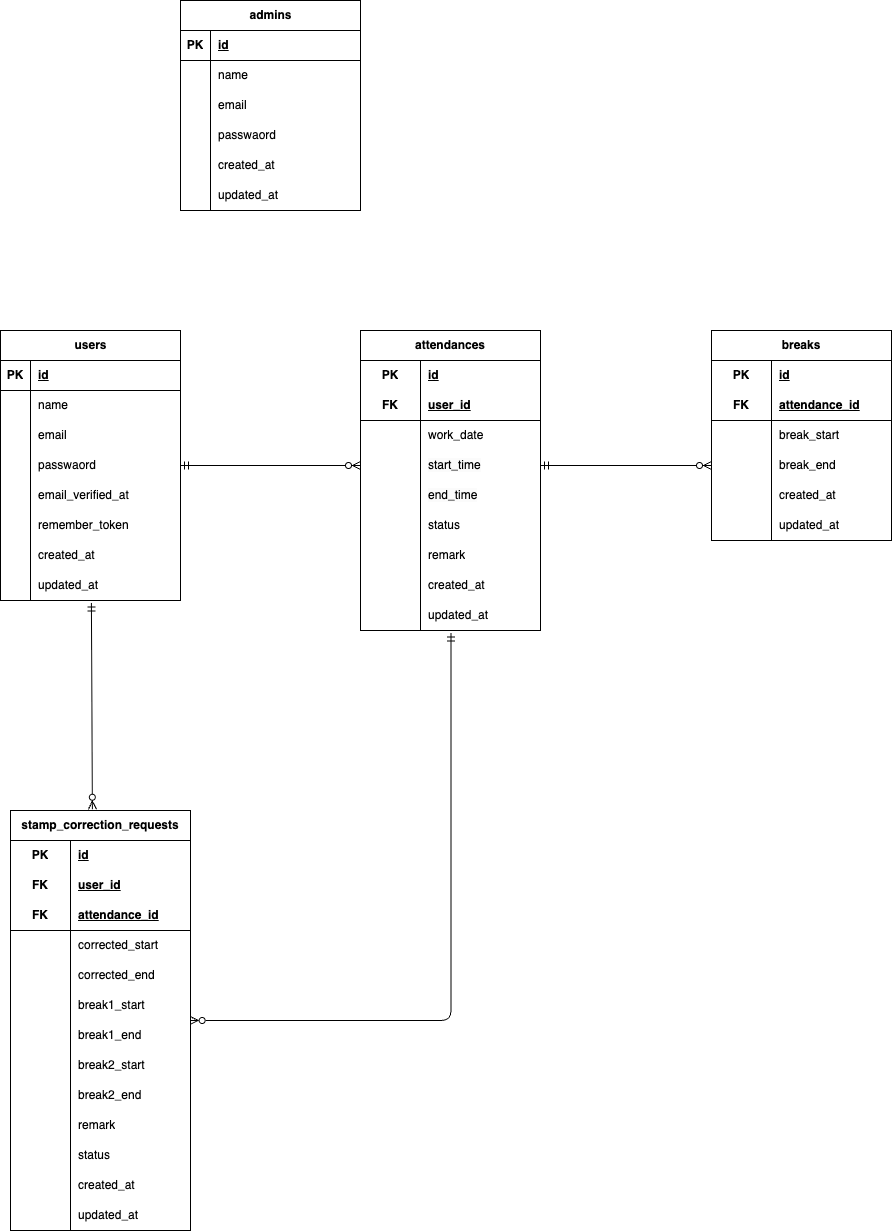
Before: ERD.png, a diagram exported from draw.io (satomayuko/kintai-app). Source tidied: cells renumbered, new cells last; positions are measured from the earlier drawing's top-left corner, leaving out a move shared by most shapes.
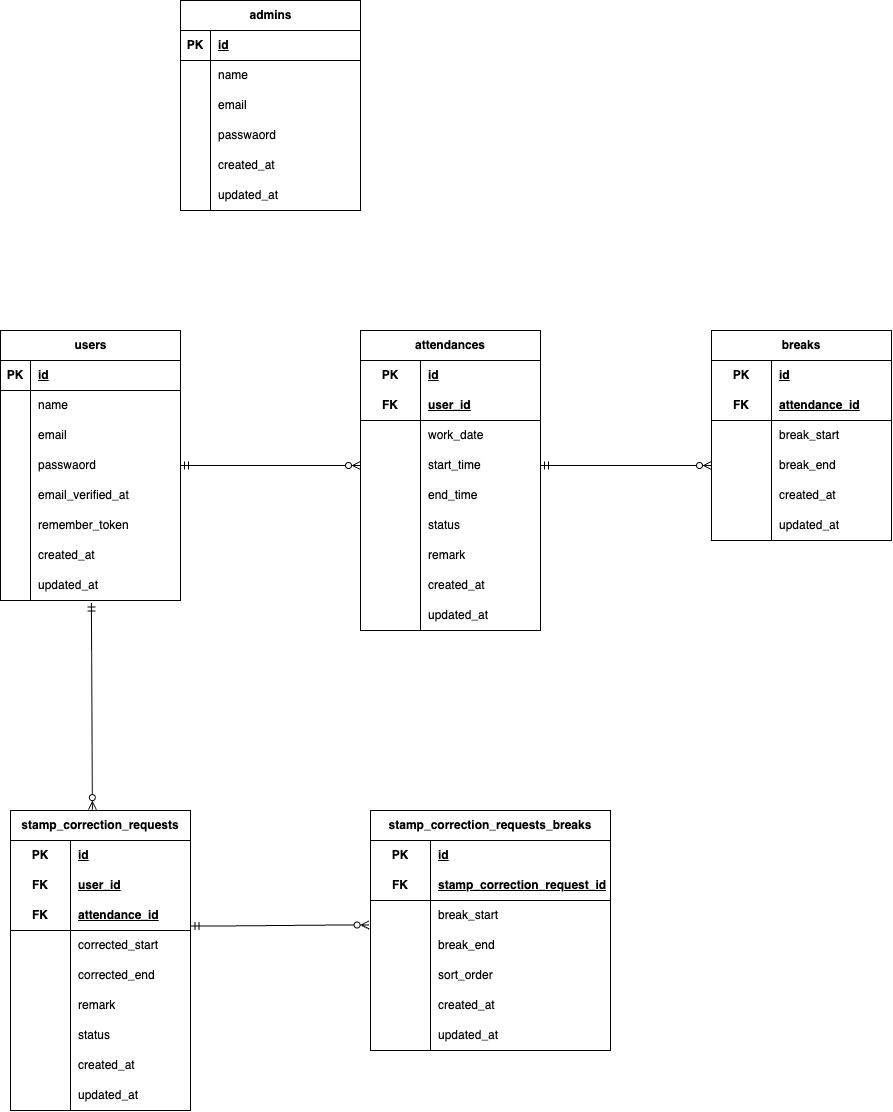
After the commit.

Change to the diagram source:
```diff
@@ -276,7 +276,7 @@
       <mxGeometry x="60" width="120" height="30" as="geometry" />
     </mxCell>
     <mxCell id="93" value="stamp_correction_requests" style="shape=table;startSize=30;rowLines=0;fontStyle=1;align=center;html=1;whiteSpace=wrap;" parent="1" vertex="1">
-      <mxGeometry x="10" y="810" width="180" height="420" as="geometry" />
+      <mxGeometry x="10" y="810" width="180" height="300" as="geometry" />
     </mxCell>
     <mxCell id="94" style="shape=tableRow;horizontal=0;startSize=0;swimlaneHead=0;swimlaneBody=0;fillColor=none;top=0;left=0;right=0;bottom=0;html=1;" parent="93" vertex="1">
       <mxGeometry y="30" width="180" height="30" as="geometry" />
@@ -323,44 +323,8 @@
     <mxCell id="108" value="corrected_end" style="shape=partialRectangle;fillColor=none;top=0;left=0;bottom=0;right=0;align=left;spacingLeft=6;overflow=hidden;html=1;whiteSpace=wrap;" parent="106" vertex="1">
       <mxGeometry x="60" width="120" height="30" as="geometry" />
     </mxCell>
-    <mxCell id="109" style="shape=tableRow;horizontal=0;startSize=0;swimlaneHead=0;swimlaneBody=0;fillColor=none;top=0;left=0;right=0;bottom=0;html=1;" parent="93" vertex="1">
-      <mxGeometry y="180" width="180" height="30" as="geometry" />
-    </mxCell>
-    <mxCell id="110" style="shape=partialRectangle;fillColor=none;top=0;left=0;bottom=0;right=0;overflow=hidden;html=1;whiteSpace=wrap;" parent="109" vertex="1">
-      <mxGeometry width="60" height="30" as="geometry" />
-    </mxCell>
-    <mxCell id="111" value="break1_start" style="shape=partialRectangle;fillColor=none;top=0;left=0;bottom=0;right=0;align=left;spacingLeft=6;overflow=hidden;html=1;whiteSpace=wrap;" parent="109" vertex="1">
-      <mxGeometry x="60" width="120" height="30" as="geometry" />
-    </mxCell>
-    <mxCell id="112" style="shape=tableRow;horizontal=0;startSize=0;swimlaneHead=0;swimlaneBody=0;fillColor=none;points=[[0,0.5],[1,0.5]];portConstraint=eastwest;top=0;left=0;right=0;bottom=0;html=1;" parent="93" vertex="1">
-      <mxGeometry y="210" width="180" height="30" as="geometry" />
-    </mxCell>
-    <mxCell id="113" style="shape=partialRectangle;fillColor=none;top=0;left=0;bottom=0;right=0;overflow=hidden;html=1;whiteSpace=wrap;" parent="112" vertex="1">
-      <mxGeometry width="60" height="30" as="geometry" />
-    </mxCell>
-    <mxCell id="114" value="break1_end" style="shape=partialRectangle;fillColor=none;top=0;left=0;bottom=0;right=0;align=left;spacingLeft=6;overflow=hidden;html=1;whiteSpace=wrap;" parent="112" vertex="1">
-      <mxGeometry x="60" width="120" height="30" as="geometry" />
-    </mxCell>
-    <mxCell id="115" style="shape=tableRow;horizontal=0;startSize=0;swimlaneHead=0;swimlaneBody=0;fillColor=none;top=0;left=0;right=0;bottom=0;html=1;" parent="93" vertex="1">
-      <mxGeometry y="240" width="180" height="30" as="geometry" />
-    </mxCell>
-    <mxCell id="116" style="shape=partialRectangle;fillColor=none;top=0;left=0;bottom=0;right=0;overflow=hidden;html=1;whiteSpace=wrap;" parent="115" vertex="1">
-      <mxGeometry width="60" height="30" as="geometry" />
-    </mxCell>
-    <mxCell id="117" value="break2_start" style="shape=partialRectangle;fillColor=none;top=0;left=0;bottom=0;right=0;align=left;spacingLeft=6;overflow=hidden;html=1;whiteSpace=wrap;" parent="115" vertex="1">
-      <mxGeometry x="60" width="120" height="30" as="geometry" />
-    </mxCell>
-    <mxCell id="118" style="shape=tableRow;horizontal=0;startSize=0;swimlaneHead=0;swimlaneBody=0;fillColor=none;top=0;left=0;right=0;bottom=0;html=1;" parent="93" vertex="1">
-      <mxGeometry y="270" width="180" height="30" as="geometry" />
-    </mxCell>
-    <mxCell id="119" style="shape=partialRectangle;fillColor=none;top=0;left=0;bottom=0;right=0;overflow=hidden;html=1;whiteSpace=wrap;" parent="118" vertex="1">
-      <mxGeometry width="60" height="30" as="geometry" />
-    </mxCell>
-    <mxCell id="120" value="break2_end" style="shape=partialRectangle;fillColor=none;top=0;left=0;bottom=0;right=0;align=left;spacingLeft=6;overflow=hidden;html=1;whiteSpace=wrap;" parent="118" vertex="1">
-      <mxGeometry x="60" width="120" height="30" as="geometry" />
-    </mxCell>
     <mxCell id="121" style="shape=tableRow;horizontal=0;startSize=0;swimlaneHead=0;swimlaneBody=0;fillColor=none;top=0;left=0;right=0;bottom=0;html=1;" parent="93" vertex="1">
-      <mxGeometry y="300" width="180" height="30" as="geometry" />
+      <mxGeometry y="180" width="180" height="30" as="geometry" />
     </mxCell>
     <mxCell id="122" style="shape=partialRectangle;fillColor=none;top=0;left=0;bottom=0;right=0;overflow=hidden;html=1;whiteSpace=wrap;" parent="121" vertex="1">
       <mxGeometry width="60" height="30" as="geometry" />
@@ -369,7 +333,7 @@
       <mxGeometry x="60" width="120" height="30" as="geometry" />
     </mxCell>
     <mxCell id="124" style="shape=tableRow;horizontal=0;startSize=0;swimlaneHead=0;swimlaneBody=0;fillColor=none;top=0;left=0;right=0;bottom=0;html=1;" parent="93" vertex="1">
-      <mxGeometry y="330" width="180" height="30" as="geometry" />
+      <mxGeometry y="210" width="180" height="30" as="geometry" />
     </mxCell>
     <mxCell id="125" style="shape=partialRectangle;fillColor=none;top=0;left=0;bottom=0;right=0;overflow=hidden;html=1;whiteSpace=wrap;" parent="124" vertex="1">
       <mxGeometry width="60" height="30" as="geometry" />
@@ -378,7 +342,7 @@
       <mxGeometry x="60" width="120" height="30" as="geometry" />
     </mxCell>
     <mxCell id="127" style="shape=tableRow;horizontal=0;startSize=0;swimlaneHead=0;swimlaneBody=0;fillColor=none;top=0;left=0;right=0;bottom=0;html=1;" parent="93" vertex="1">
-      <mxGeometry y="360" width="180" height="30" as="geometry" />
+      <mxGeometry y="240" width="180" height="30" as="geometry" />
     </mxCell>
     <mxCell id="128" style="shape=partialRectangle;fillColor=none;top=0;left=0;bottom=0;right=0;overflow=hidden;html=1;whiteSpace=wrap;" parent="127" vertex="1">
       <mxGeometry width="60" height="30" as="geometry" />
@@ -387,7 +351,7 @@
       <mxGeometry x="60" width="120" height="30" as="geometry" />
     </mxCell>
     <mxCell id="130" style="shape=tableRow;horizontal=0;startSize=0;swimlaneHead=0;swimlaneBody=0;fillColor=none;top=0;left=0;right=0;bottom=0;html=1;" parent="93" vertex="1">
-      <mxGeometry y="390" width="180" height="30" as="geometry" />
+      <mxGeometry y="270" width="180" height="30" as="geometry" />
     </mxCell>
     <mxCell id="131" style="shape=partialRectangle;fillColor=none;top=0;left=0;bottom=0;right=0;overflow=hidden;html=1;whiteSpace=wrap;" parent="130" vertex="1">
       <mxGeometry width="60" height="30" as="geometry" />
@@ -404,7 +368,7 @@
     <mxCell id="135" style="fontSize=12;html=1;endArrow=ERzeroToMany;startArrow=ERmandOne;exitX=0.505;exitY=1.082;exitDx=0;exitDy=0;exitPerimeter=0;entryX=0.455;entryY=-0.003;entryDx=0;entryDy=0;entryPerimeter=0;" parent="1" edge="1" source="24" target="93">
       <mxGeometry relative="1" as="geometry" />
     </mxCell>
-    <mxCell id="136" style="edgeStyle=orthogonalEdgeStyle;fontSize=12;html=1;endArrow=ERzeroToMany;startArrow=ERmandOne;endFill=0;entryX=0.998;entryY=0.024;entryDx=0;entryDy=0;entryPerimeter=0;exitX=0.503;exitY=1.085;exitDx=0;exitDy=0;exitPerimeter=0;" parent="1" edge="1" source="52" target="112">
+    <mxCell id="136" style="edgeStyle=orthogonalEdgeStyle;fontSize=12;html=1;endArrow=ERzeroToMany;startArrow=ERmandOne;endFill=0;entryX=0.998;entryY=0.024;entryDx=0;entryDy=0;entryPerimeter=0;exitX=0.503;exitY=1.085;exitDx=0;exitDy=0;exitPerimeter=0;" parent="1" edge="1" source="52" target="x">
       <mxGeometry relative="1" as="geometry">
         <Array as="points">
           <mxPoint x="451" y="1020" />
@@ -412,5 +376,74 @@
         </Array>
       </mxGeometry>
     </mxCell>
+    <mxCell id="137" value="&lt;span style=&quot;color: rgb(0, 0, 0);&quot;&gt;stamp_correction_requests_breaks&lt;/span&gt;" style="shape=table;startSize=30;rowLines=0;fontStyle=1;align=center;html=1;whiteSpace=wrap;" parent="1" vertex="1">
+      <mxGeometry x="370" y="810" width="240" height="240" as="geometry" />
+    </mxCell>
+    <mxCell id="138" style="shape=tableRow;horizontal=0;startSize=0;swimlaneHead=0;swimlaneBody=0;fillColor=none;top=0;left=0;right=0;bottom=0;html=1;" parent="137" vertex="1">
+      <mxGeometry y="30" width="240" height="30" as="geometry" />
+    </mxCell>
+    <mxCell id="139" value="PK" style="shape=partialRectangle;fillColor=none;top=0;left=0;bottom=0;right=0;fontStyle=1;overflow=hidden;html=1;whiteSpace=wrap;" parent="138" vertex="1">
+      <mxGeometry width="60" height="30" as="geometry" />
+    </mxCell>
+    <mxCell id="140" value="id" style="shape=partialRectangle;fillColor=none;top=0;left=0;bottom=0;right=0;align=left;spacingLeft=6;fontStyle=5;overflow=hidden;html=1;whiteSpace=wrap;" parent="138" vertex="1">
+      <mxGeometry x="60" width="180" height="30" as="geometry" />
+    </mxCell>
+    <mxCell id="141" style="shape=tableRow;horizontal=0;startSize=0;swimlaneHead=0;swimlaneBody=0;fillColor=none;top=0;left=0;right=0;bottom=1;html=1;" parent="137" vertex="1">
+      <mxGeometry y="60" width="240" height="30" as="geometry" />
+    </mxCell>
+    <mxCell id="142" value="FK" style="shape=partialRectangle;fillColor=none;top=0;left=0;bottom=0;right=0;fontStyle=1;overflow=hidden;html=1;whiteSpace=wrap;" parent="141" vertex="1">
+      <mxGeometry width="60" height="30" as="geometry" />
+    </mxCell>
+    <mxCell id="143" value="stamp_correction_request_id" style="shape=partialRectangle;fillColor=none;top=0;left=0;bottom=0;right=0;align=left;spacingLeft=6;fontStyle=5;overflow=hidden;html=1;whiteSpace=wrap;" parent="141" vertex="1">
+      <mxGeometry x="60" width="180" height="30" as="geometry" />
+    </mxCell>
+    <mxCell id="144" style="shape=tableRow;horizontal=0;startSize=0;swimlaneHead=0;swimlaneBody=0;fillColor=none;points=[[0,0.5],[1,0.5]];portConstraint=eastwest;top=0;left=0;right=0;bottom=0;html=1;" parent="137" vertex="1">
+      <mxGeometry y="90" width="240" height="30" as="geometry" />
+    </mxCell>
+    <mxCell id="145" style="shape=partialRectangle;fillColor=none;top=0;left=0;bottom=0;right=0;overflow=hidden;html=1;whiteSpace=wrap;" parent="144" vertex="1">
+      <mxGeometry width="60" height="30" as="geometry" />
+    </mxCell>
+    <mxCell id="146" value="break_start" style="shape=partialRectangle;fillColor=none;top=0;left=0;bottom=0;right=0;align=left;spacingLeft=6;overflow=hidden;html=1;whiteSpace=wrap;" parent="144" vertex="1">
+      <mxGeometry x="60" width="180" height="30" as="geometry" />
+    </mxCell>
+    <mxCell id="147" style="shape=tableRow;horizontal=0;startSize=0;swimlaneHead=0;swimlaneBody=0;fillColor=none;top=0;left=0;right=0;bottom=0;html=1;" parent="137" vertex="1">
+      <mxGeometry y="120" width="240" height="30" as="geometry" />
+    </mxCell>
+    <mxCell id="148" style="shape=partialRectangle;fillColor=none;top=0;left=0;bottom=0;right=0;overflow=hidden;html=1;whiteSpace=wrap;" parent="147" vertex="1">
+      <mxGeometry width="60" height="30" as="geometry" />
+    </mxCell>
+    <mxCell id="149" value="break_end" style="shape=partialRectangle;fillColor=none;top=0;left=0;bottom=0;right=0;align=left;spacingLeft=6;overflow=hidden;html=1;whiteSpace=wrap;" parent="147" vertex="1">
+      <mxGeometry x="60" width="180" height="30" as="geometry" />
+    </mxCell>
+    <mxCell id="150" style="shape=tableRow;horizontal=0;startSize=0;swimlaneHead=0;swimlaneBody=0;fillColor=none;top=0;left=0;right=0;bottom=0;html=1;" parent="137" vertex="1">
+      <mxGeometry y="150" width="240" height="30" as="geometry" />
+    </mxCell>
+    <mxCell id="151" style="shape=partialRectangle;fillColor=none;top=0;left=0;bottom=0;right=0;overflow=hidden;html=1;whiteSpace=wrap;" parent="150" vertex="1">
+      <mxGeometry width="60" height="30" as="geometry" />
+    </mxCell>
+    <mxCell id="152" value="sort_order" style="shape=partialRectangle;fillColor=none;top=0;left=0;bottom=0;right=0;align=left;spacingLeft=6;overflow=hidden;html=1;whiteSpace=wrap;" parent="150" vertex="1">
+      <mxGeometry x="60" width="180" height="30" as="geometry" />
+    </mxCell>
+    <mxCell id="153" style="shape=tableRow;horizontal=0;startSize=0;swimlaneHead=0;swimlaneBody=0;fillColor=none;top=0;left=0;right=0;bottom=0;html=1;" parent="137" vertex="1">
+      <mxGeometry y="180" width="240" height="30" as="geometry" />
+    </mxCell>
+    <mxCell id="154" style="shape=partialRectangle;fillColor=none;top=0;left=0;bottom=0;right=0;overflow=hidden;html=1;whiteSpace=wrap;" parent="153" vertex="1">
+      <mxGeometry width="60" height="30" as="geometry" />
+    </mxCell>
+    <mxCell id="155" value="created_at" style="shape=partialRectangle;fillColor=none;top=0;left=0;bottom=0;right=0;align=left;spacingLeft=6;overflow=hidden;html=1;whiteSpace=wrap;" parent="153" vertex="1">
+      <mxGeometry x="60" width="180" height="30" as="geometry" />
+    </mxCell>
+    <mxCell id="156" style="shape=tableRow;horizontal=0;startSize=0;swimlaneHead=0;swimlaneBody=0;fillColor=none;top=0;left=0;right=0;bottom=0;html=1;" parent="137" vertex="1">
+      <mxGeometry y="210" width="240" height="30" as="geometry" />
+    </mxCell>
+    <mxCell id="157" style="shape=partialRectangle;fillColor=none;top=0;left=0;bottom=0;right=0;overflow=hidden;html=1;whiteSpace=wrap;" parent="156" vertex="1">
+      <mxGeometry width="60" height="30" as="geometry" />
+    </mxCell>
+    <mxCell id="158" value="updated_at" style="shape=partialRectangle;fillColor=none;top=0;left=0;bottom=0;right=0;align=left;spacingLeft=6;overflow=hidden;html=1;whiteSpace=wrap;" parent="156" vertex="1">
+      <mxGeometry x="60" width="180" height="30" as="geometry" />
+    </mxCell>
+    <mxCell id="159" style="edgeStyle=entityRelationEdgeStyle;fontSize=12;html=1;endArrow=ERzeroToMany;startArrow=ERmandOne;exitX=1.003;exitY=0.85;exitDx=0;exitDy=0;exitPerimeter=0;entryX=-0.006;entryY=0.817;entryDx=0;entryDy=0;entryPerimeter=0;" parent="1" edge="1" source="100" target="144">
+      <mxGeometry relative="1" as="geometry" />
+    </mxCell>
   </root>
 </mxGraphModel>
```
